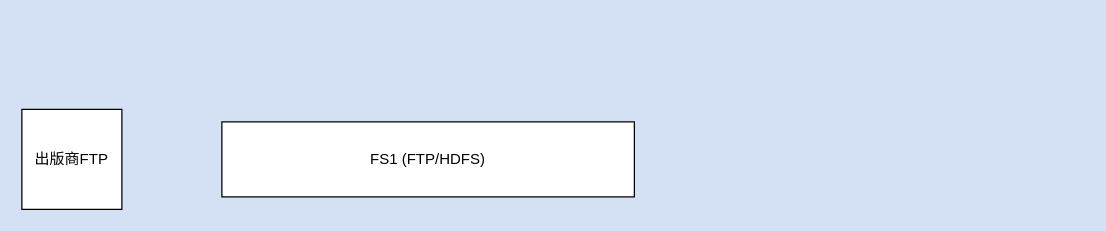
This is DPSNEW-sw.drawio from czjczj20/draw.io, a draw.io file, before an edit. Source tidied: cells renumbered, new cells numbered last; positions are measured from the earlier drawing's top-left corner, leaving out a move shared by most shapes. Both pictures are drawn from the tidied source at 125%, with x=0, y=0 at pixel (21, 109).
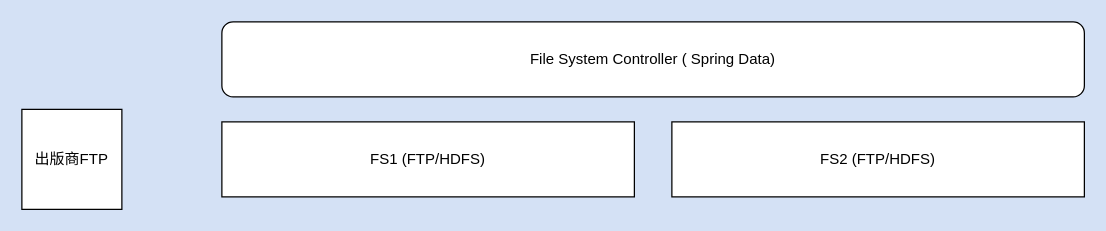
The same page after the edit.

Change to the diagram source:
```diff
@@
 <mxGraphModel background="#D4E1F5">
   <root>
     <mxCell id="0" />
     <mxCell id="1" parent="0" />
     <mxCell id="2" value="出版商FTP" style="whiteSpace=wrap;html=1;" parent="1" vertex="1">
       <mxGeometry width="80" height="80" as="geometry" />
     </mxCell>
     <mxCell id="3" value="FS1 (FTP/HDFS)" style="rounded=0;whiteSpace=wrap;html=1;" parent="1" vertex="1">
       <mxGeometry x="160" y="10" width="330" height="60" as="geometry" />
     </mxCell>
+    <mxCell id="4" value="FS2 (FTP/HDFS)" style="rounded=0;whiteSpace=wrap;html=1;" parent="1" vertex="1">
+      <mxGeometry x="520" y="10" width="330" height="60" as="geometry" />
+    </mxCell>
+    <mxCell id="5" value="File System Controller ( Spring Data)" style="rounded=1;whiteSpace=wrap;html=1;" parent="1" vertex="1">
+      <mxGeometry x="160" y="-70" width="690" height="60" as="geometry" />
+    </mxCell>
   </root>
 </mxGraphModel>
```
